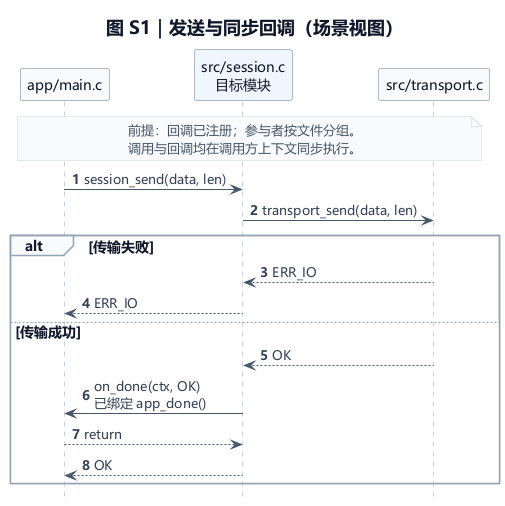
chao-shu/c-code-design-doc keeps this PlantUML diagram as docs/images/sequence-view.png. Above is the earlier version. Its diagram source:
```plantuml
@startuml
skinparam backgroundColor #FFFFFF
skinparam shadowing false
skinparam defaultFontName "Microsoft YaHei"
skinparam defaultFontSize 14
skinparam defaultFontColor #0F172A
skinparam titleFontColor #0F172A
skinparam titleFontSize 18
skinparam ArrowColor #475569
skinparam ArrowFontColor #334155
skinparam ArrowFontSize 13
skinparam ArrowThickness 1
skinparam NoteBackgroundColor #F8FAFC
skinparam NoteBorderColor #CBD5E1
skinparam NoteFontColor #475569
skinparam NoteFontSize 13
skinparam LegendBackgroundColor #FFFFFF
skinparam LegendBorderColor #FFFFFF
skinparam LegendFontColor #475569
skinparam LegendFontSize 12
skinparam sequenceParticipantBackgroundColor #F8FAFC
skinparam sequenceParticipantBorderColor #64748B
skinparam sequenceLifeLineBorderColor #94A3B8
skinparam sequenceLifeLineBackgroundColor #EFF6FF
skinparam sequenceArrowColor #475569
skinparam sequenceArrowFontSize 13
skinparam sequenceGroupBackgroundColor #F8FAFC
skinparam sequenceGroupBodyBackgroundColor #FFFFFF
skinparam sequenceGroupBorderColor #94A3B8
skinparam sequenceGroupFontColor #0F172A
skinparam sequenceMessageAlign left
title 图 S1｜发送与同步回调（场景视图）
hide footbox
autonumber
participant "app/main.c" as APP
participant "src/session.c\n目标模块" as SESSION #EFF6FF
participant "src/transport.c" as TRANSPORT
note over APP, TRANSPORT
前提：回调已注册；参与者按文件分组。
调用与回调均在调用方上下文同步执行。
end note
APP -> SESSION : session_send(data, len)
SESSION -> TRANSPORT : transport_send(data, len)
alt 传输失败
  TRANSPORT --> SESSION : ERR_IO
  SESSION --> APP : ERR_IO
else 传输成功
  TRANSPORT --> SESSION : OK
  SESSION -> APP : on_done(ctx, OK)\n已绑定 app_done()
  APP --> SESSION : return
  SESSION --> APP : OK
end
@enduml
```
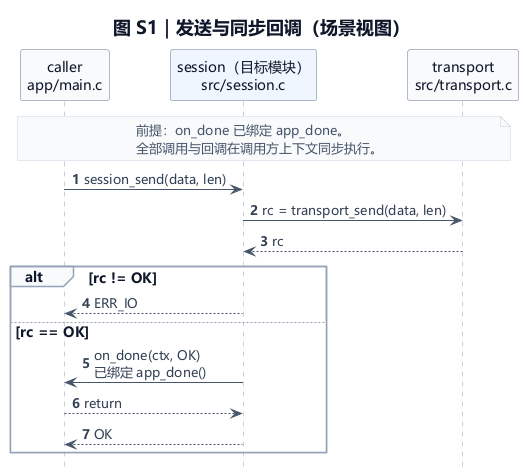
After the commit.

Commit message:
Clarify UML semantics and 4+1 mappings; review and refresh diagram examples

Diff of the diagram source:
```diff
@@ -32,20 +32,19 @@
 title 图 S1｜发送与同步回调（场景视图）
 hide footbox
 autonumber
-participant "app/main.c" as APP
-participant "src/session.c\n目标模块" as SESSION #EFF6FF
-participant "src/transport.c" as TRANSPORT
+participant "caller\napp/main.c" as APP
+participant "session（目标模块）\nsrc/session.c" as SESSION #EFF6FF
+participant "transport\nsrc/transport.c" as TRANSPORT
 note over APP, TRANSPORT
-前提：回调已注册；参与者按文件分组。
-调用与回调均在调用方上下文同步执行。
+前提：on_done 已绑定 app_done。
+全部调用与回调在调用方上下文同步执行。
 end note
 APP -> SESSION : session_send(data, len)
-SESSION -> TRANSPORT : transport_send(data, len)
-alt 传输失败
-  TRANSPORT --> SESSION : ERR_IO
+SESSION -> TRANSPORT : rc = transport_send(data, len)
+TRANSPORT --> SESSION : rc
+alt rc != OK
   SESSION --> APP : ERR_IO
-else 传输成功
-  TRANSPORT --> SESSION : OK
+else rc == OK
   SESSION -> APP : on_done(ctx, OK)\n已绑定 app_done()
   APP --> SESSION : return
   SESSION --> APP : OK
```
